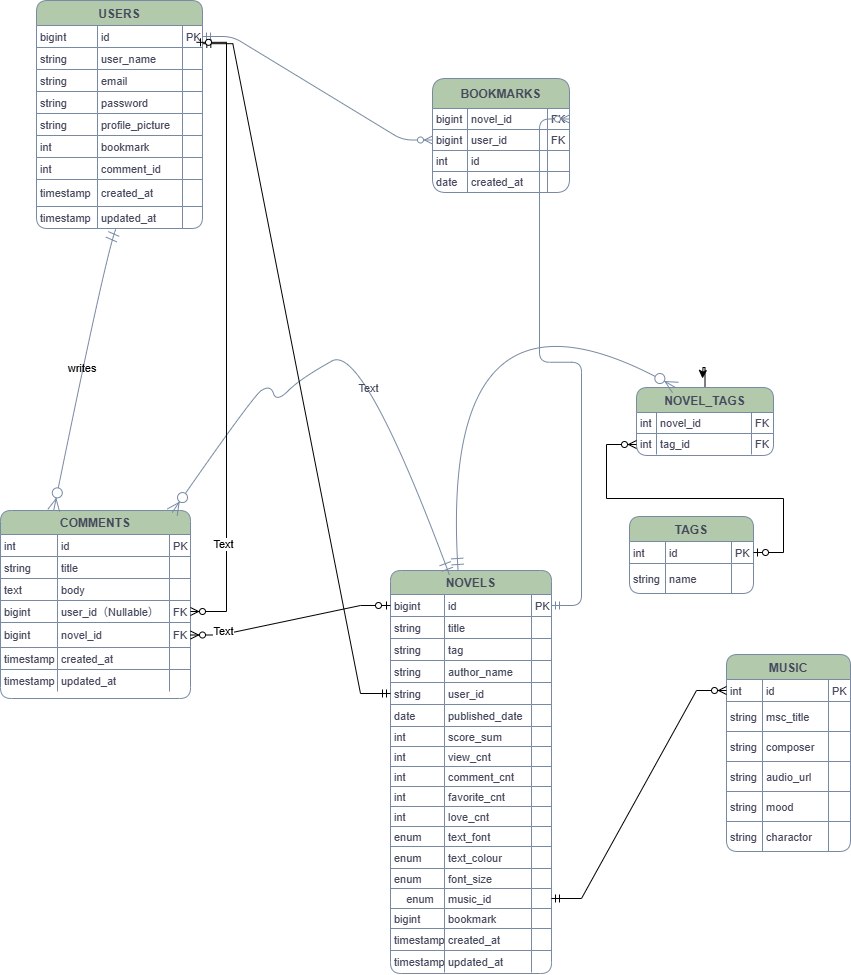
SYSTEMA556/NOVEL keeps this draw.io diagram as 名称未設定ファイル.drawio.png. Above is the earlier version. Source tidied: cells renumbered, new cells last; positions are measured from the earlier drawing's top-left corner, leaving out a move shared by most shapes.
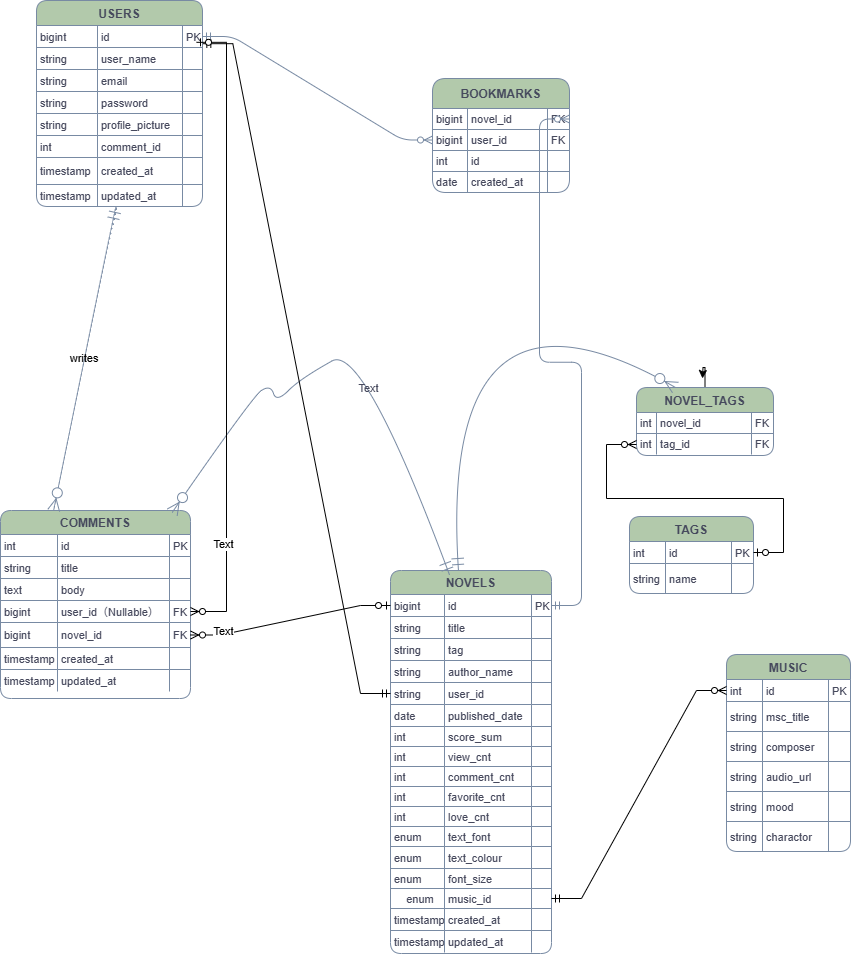
Above is the later version.

Commit message:
名称未設定ファイル.drawio.png を更新します

What changed in the source:
```diff
@@ -3,7 +3,7 @@
     <mxCell id="0" />
     <mxCell id="1" parent="0" />
     <mxCell id="2" value="USERS" style="shape=table;startSize=25;rowLines=1;fontStyle=1;align=center;labelBackgroundColor=none;fillColor=#B2C9AB;strokeColor=#788AA3;fontColor=#46495D;rounded=1;" parent="1" vertex="1">
-      <mxGeometry x="38" width="166" height="228" as="geometry" />
+      <mxGeometry x="38" width="166" height="206" as="geometry" />
     </mxCell>
     <mxCell id="3" style="shape=tableRow;horizontal=0;startSize=0;swimlaneHead=0;swimlaneBody=0;fillColor=none;points=[[0,0.5],[1,0.5]];portConstraint=eastwest;top=0;left=0;right=0;bottom=0;labelBackgroundColor=none;strokeColor=#788AA3;fontColor=#46495D;rounded=1;" parent="2" vertex="1">
       <mxGeometry y="25" width="166" height="22" as="geometry" />
@@ -65,20 +65,8 @@
     <mxCell id="22" style="shape=partialRectangle;fillColor=none;top=0;left=0;bottom=0;right=0;align=left;spacingLeft=2;overflow=hidden;fontSize=11;labelBackgroundColor=none;strokeColor=#788AA3;fontColor=#46495D;rounded=1;" parent="19" vertex="1">
       <mxGeometry x="146" width="20" height="22" as="geometry" />
     </mxCell>
-    <mxCell id="23" style="shape=tableRow;horizontal=0;startSize=0;swimlaneHead=0;swimlaneBody=0;fillColor=none;top=0;left=0;right=0;bottom=0;labelBackgroundColor=none;strokeColor=#788AA3;fontColor=#46495D;rounded=1;" parent="2" vertex="1">
-      <mxGeometry y="135" width="166" height="22" as="geometry" />
-    </mxCell>
-    <mxCell id="24" value="int" style="shape=partialRectangle;fillColor=none;top=0;left=0;bottom=0;right=0;align=left;spacingLeft=2;overflow=hidden;fontSize=11;labelBackgroundColor=none;strokeColor=#788AA3;fontColor=#46495D;rounded=1;" parent="23" vertex="1">
-      <mxGeometry width="61" height="22" as="geometry" />
-    </mxCell>
-    <mxCell id="25" value="bookmark" style="shape=partialRectangle;fillColor=none;top=0;left=0;bottom=0;right=0;align=left;spacingLeft=2;overflow=hidden;fontSize=11;labelBackgroundColor=none;strokeColor=#788AA3;fontColor=#46495D;rounded=1;" parent="23" vertex="1">
-      <mxGeometry x="61" width="85" height="22" as="geometry" />
-    </mxCell>
-    <mxCell id="26" style="shape=partialRectangle;fillColor=none;top=0;left=0;bottom=0;right=0;align=left;spacingLeft=2;overflow=hidden;fontSize=11;labelBackgroundColor=none;strokeColor=#788AA3;fontColor=#46495D;rounded=1;" parent="23" vertex="1">
-      <mxGeometry x="146" width="20" height="22" as="geometry" />
-    </mxCell>
     <mxCell id="27" style="shape=tableRow;horizontal=0;startSize=0;swimlaneHead=0;swimlaneBody=0;fillColor=none;top=0;left=0;right=0;bottom=0;labelBackgroundColor=none;strokeColor=#788AA3;fontColor=#46495D;rounded=1;" parent="2" vertex="1">
-      <mxGeometry y="157" width="166" height="22" as="geometry" />
+      <mxGeometry y="135" width="166" height="22" as="geometry" />
     </mxCell>
     <mxCell id="28" value="int" style="shape=partialRectangle;fillColor=none;top=0;left=0;bottom=0;right=0;align=left;spacingLeft=2;overflow=hidden;fontSize=11;labelBackgroundColor=none;strokeColor=#788AA3;fontColor=#46495D;rounded=1;" parent="27" vertex="1">
       <mxGeometry width="61" height="22" as="geometry" />
@@ -90,7 +78,7 @@
       <mxGeometry x="146" width="20" height="22" as="geometry" />
     </mxCell>
     <mxCell id="31" style="shape=tableRow;horizontal=0;startSize=0;swimlaneHead=0;swimlaneBody=0;fillColor=none;top=0;left=0;right=0;bottom=0;labelBackgroundColor=none;strokeColor=#788AA3;fontColor=#46495D;rounded=1;" parent="2" vertex="1">
-      <mxGeometry y="179" width="166" height="27" as="geometry" />
+      <mxGeometry y="157" width="166" height="27" as="geometry" />
     </mxCell>
     <mxCell id="32" value="timestamp" style="shape=partialRectangle;fillColor=none;top=0;left=0;bottom=0;right=0;align=left;spacingLeft=2;overflow=hidden;fontSize=11;labelBackgroundColor=none;strokeColor=#788AA3;fontColor=#46495D;rounded=1;" parent="31" vertex="1">
       <mxGeometry width="61" height="27" as="geometry" />
@@ -102,7 +90,7 @@
       <mxGeometry x="146" width="20" height="27" as="geometry" />
     </mxCell>
     <mxCell id="35" style="shape=tableRow;horizontal=0;startSize=0;swimlaneHead=0;swimlaneBody=0;fillColor=none;top=0;left=0;right=0;bottom=0;labelBackgroundColor=none;strokeColor=#788AA3;fontColor=#46495D;rounded=1;" parent="2" vertex="1">
-      <mxGeometry y="206" width="166" height="22" as="geometry" />
+      <mxGeometry y="184" width="166" height="22" as="geometry" />
     </mxCell>
     <mxCell id="36" value="timestamp" style="shape=partialRectangle;fillColor=none;top=0;left=0;bottom=0;right=0;align=left;spacingLeft=2;overflow=hidden;fontSize=11;labelBackgroundColor=none;strokeColor=#788AA3;fontColor=#46495D;rounded=1;" parent="35" vertex="1">
       <mxGeometry width="61" height="22" as="geometry" />
@@ -114,7 +102,7 @@
       <mxGeometry x="146" width="20" height="22" as="geometry" />
     </mxCell>
     <mxCell id="39" value="NOVELS" style="shape=table;startSize=24;rowLines=1;fontStyle=1;align=center;labelBackgroundColor=none;fillColor=#B2C9AB;strokeColor=#788AA3;fontColor=#46495D;rounded=1;" parent="1" vertex="1">
-      <mxGeometry x="392" y="570" width="161" height="403" as="geometry" />
+      <mxGeometry x="392" y="570" width="161" height="383" as="geometry" />
     </mxCell>
     <mxCell id="40" style="shape=tableRow;horizontal=0;startSize=0;swimlaneHead=0;swimlaneBody=0;fillColor=none;points=[[0,0.5],[1,0.5]];portConstraint=eastwest;top=0;left=0;right=0;bottom=0;labelBackgroundColor=none;strokeColor=#788AA3;fontColor=#46495D;rounded=1;" parent="39" vertex="1">
       <mxGeometry y="24" width="161" height="22" as="geometry" />
@@ -296,20 +284,8 @@
     <mxCell id="99" style="shape=partialRectangle;fillColor=none;top=0;left=0;bottom=0;right=0;align=left;spacingLeft=2;overflow=hidden;fontSize=11;labelBackgroundColor=none;strokeColor=#788AA3;fontColor=#46495D;rounded=1;" parent="96" vertex="1">
       <mxGeometry x="141" width="20" height="20" as="geometry" />
     </mxCell>
-    <mxCell id="100" style="shape=tableRow;horizontal=0;startSize=0;swimlaneHead=0;swimlaneBody=0;fillColor=none;top=0;left=0;right=0;bottom=0;labelBackgroundColor=none;strokeColor=#788AA3;fontColor=#46495D;rounded=1;" parent="39" vertex="1">
-      <mxGeometry y="338" width="161" height="20" as="geometry" />
-    </mxCell>
-    <mxCell id="101" value="bigint" style="shape=partialRectangle;fillColor=none;top=0;left=0;bottom=0;right=0;align=left;spacingLeft=2;overflow=hidden;fontSize=11;labelBackgroundColor=none;strokeColor=#788AA3;fontColor=#46495D;rounded=1;" parent="100" vertex="1">
-      <mxGeometry width="54" height="20" as="geometry" />
-    </mxCell>
-    <mxCell id="102" value="bookmark" style="shape=partialRectangle;fillColor=none;top=0;left=0;bottom=0;right=0;align=left;spacingLeft=2;overflow=hidden;fontSize=11;labelBackgroundColor=none;strokeColor=#788AA3;fontColor=#46495D;rounded=1;" parent="100" vertex="1">
-      <mxGeometry x="54" width="87" height="20" as="geometry" />
-    </mxCell>
-    <mxCell id="103" style="shape=partialRectangle;fillColor=none;top=0;left=0;bottom=0;right=0;align=left;spacingLeft=2;overflow=hidden;fontSize=11;labelBackgroundColor=none;strokeColor=#788AA3;fontColor=#46495D;rounded=1;" parent="100" vertex="1">
-      <mxGeometry x="141" width="20" height="20" as="geometry" />
-    </mxCell>
     <mxCell id="104" style="shape=tableRow;horizontal=0;startSize=0;swimlaneHead=0;swimlaneBody=0;fillColor=none;top=0;left=0;right=0;bottom=0;labelBackgroundColor=none;strokeColor=#788AA3;fontColor=#46495D;rounded=1;" parent="39" vertex="1">
-      <mxGeometry y="358" width="161" height="22" as="geometry" />
+      <mxGeometry y="338" width="161" height="22" as="geometry" />
     </mxCell>
     <mxCell id="105" value="timestamp" style="shape=partialRectangle;fillColor=none;top=0;left=0;bottom=0;right=0;align=left;spacingLeft=2;overflow=hidden;fontSize=11;labelBackgroundColor=none;strokeColor=#788AA3;fontColor=#46495D;rounded=1;" parent="104" vertex="1">
       <mxGeometry width="54" height="22" as="geometry" />
@@ -321,7 +297,7 @@
       <mxGeometry x="141" width="20" height="22" as="geometry" />
     </mxCell>
     <mxCell id="108" style="shape=tableRow;horizontal=0;startSize=0;swimlaneHead=0;swimlaneBody=0;fillColor=none;top=0;left=0;right=0;bottom=0;labelBackgroundColor=none;strokeColor=#788AA3;fontColor=#46495D;rounded=1;" parent="39" vertex="1">
-      <mxGeometry y="380" width="161" height="22" as="geometry" />
+      <mxGeometry y="360" width="161" height="22" as="geometry" />
     </mxCell>
     <mxCell id="109" value="timestamp" style="shape=partialRectangle;fillColor=none;top=0;left=0;bottom=0;right=0;align=left;spacingLeft=2;overflow=hidden;fontSize=11;labelBackgroundColor=none;strokeColor=#788AA3;fontColor=#46495D;rounded=1;" parent="108" vertex="1">
       <mxGeometry width="54" height="22" as="geometry" />
```
